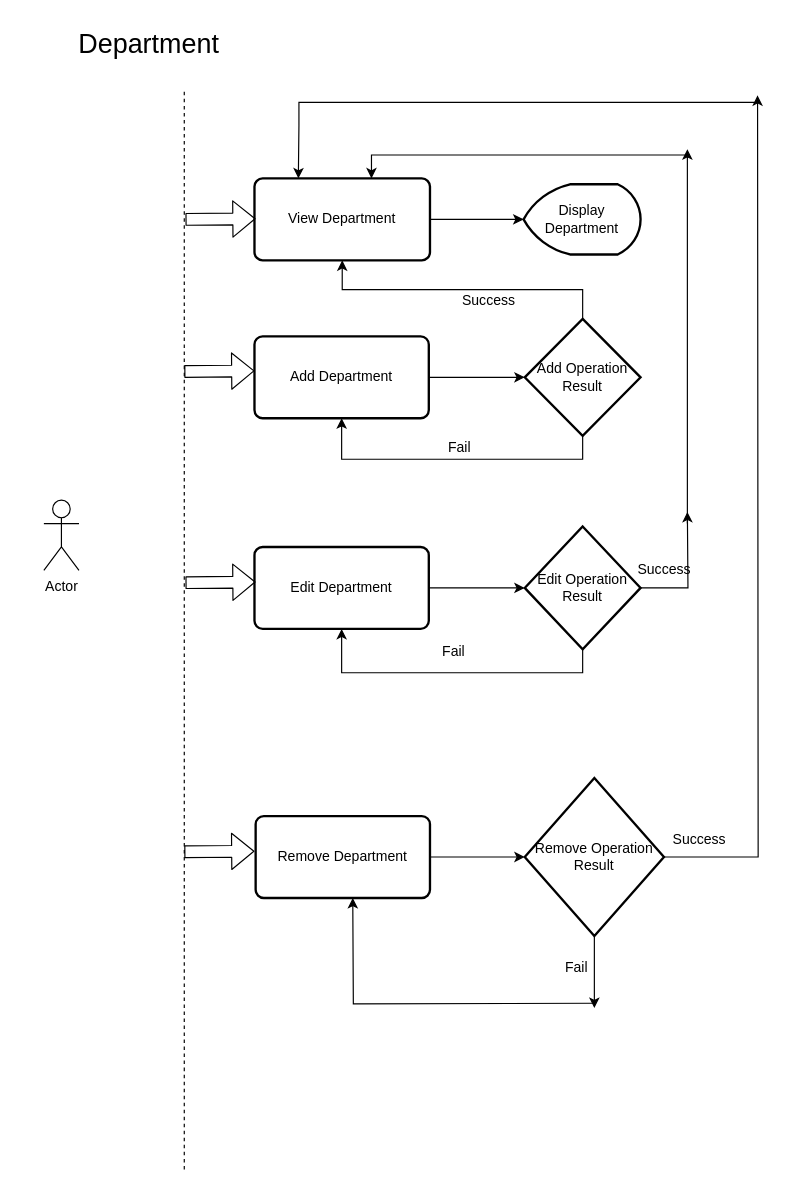
Above: Diagrams/Department Dia.drawio in chicupatel-developer/University-Admin (draw.io), before the change. Source tidied: cells renumbered, new cells numbered last; positions are measured from the earlier drawing's top-left corner, leaving out a move shared by most shapes. Both pictures are drawn from the tidied source at 117%, with x=0, y=0 at pixel (20, 20).
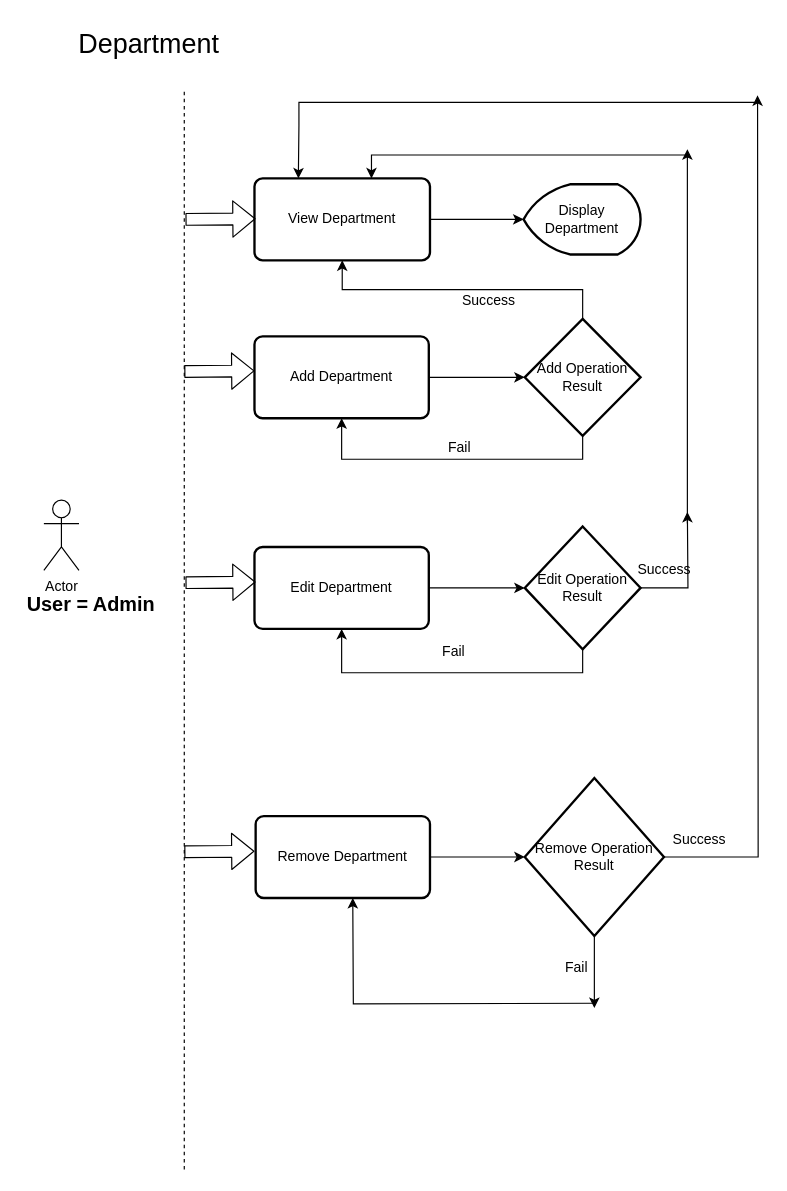
After the change.

Change to the diagram source:
```diff
@@
+    <mxCell id="37" value="&lt;font style=&quot;font-size: 17px&quot;&gt;&lt;b&gt;User = Admin&lt;/b&gt;&lt;/font&gt;" style="text;html=1;align=center;verticalAlign=middle;strokeColor=none;" parent="1" vertex="1">
+      <mxGeometry y="490" width="120" height="20" as="geometry" />
+    </mxCell>
```
